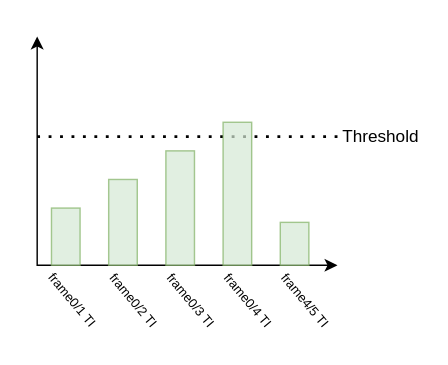
Before: page "algo2_illustration" (4 of 4) of state_machine.drawio in McQueen24/34241_final-project, a draw.io diagram. Source tidied: cells renumbered, new cells numbered last; positions are measured from the earlier drawing's top-left corner, leaving out a move shared by most shapes. Both pictures are drawn from the tidied source at 143%, with x=0, y=0 at pixel (33, 36).
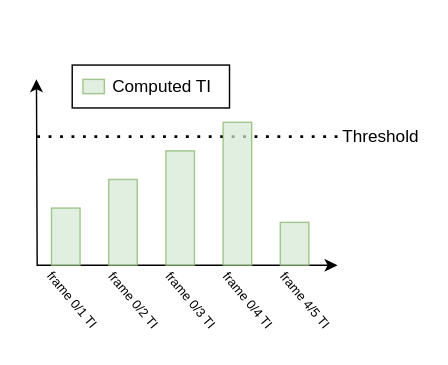
The same page after the edit.

What changed in the source:
```diff
@@
     <mxCell id="2" style="endArrow=classic;html=1;rounded=0;startArrow=classic;startFill=1;" parent="1" edge="1">
       <mxGeometry relative="1" as="geometry">
         <mxPoint x="212.5" y="160" as="sourcePoint" />
-        <mxPoint x="2.5" as="targetPoint" />
+        <mxPoint x="2" y="30" as="targetPoint" />
         <Array as="points">
           <mxPoint x="2.5" y="160" />
         </Array>
       </mxGeometry>
     </mxCell>
@@
-    <mxCell id="10" value="&lt;font style=&quot;font-size: 9px;&quot;&gt;frame0/1 TI&lt;/font&gt;" style="text;html=1;align=center;verticalAlign=middle;whiteSpace=wrap;rounded=0;direction=east;rotation=50;" parent="1" vertex="1">
+    <mxCell id="10" value="&lt;font style=&quot;font-size: 9px;&quot;&gt;frame 0/1 TI&lt;/font&gt;" style="text;html=1;align=center;verticalAlign=middle;whiteSpace=wrap;rounded=0;direction=east;rotation=50;" parent="1" vertex="1">
       <mxGeometry y="174" width="56" height="20" as="geometry" />
     </mxCell>
-    <mxCell id="11" value="&lt;font style=&quot;font-size: 9px;&quot;&gt;frame0/2 TI&lt;/font&gt;" style="text;html=1;align=center;verticalAlign=middle;whiteSpace=wrap;rounded=0;direction=east;rotation=50;" parent="1" vertex="1">
+    <mxCell id="11" value="&lt;font style=&quot;font-size: 9px;&quot;&gt;frame 0/2 TI&lt;/font&gt;" style="text;html=1;align=center;verticalAlign=middle;whiteSpace=wrap;rounded=0;direction=east;rotation=50;" parent="1" vertex="1">
       <mxGeometry x="42.5" y="174" width="56" height="20" as="geometry" />
     </mxCell>
-    <mxCell id="12" value="&lt;font style=&quot;font-size: 9px;&quot;&gt;frame0/3 TI&lt;/font&gt;" style="text;html=1;align=center;verticalAlign=middle;whiteSpace=wrap;rounded=0;direction=east;rotation=50;" parent="1" vertex="1">
+    <mxCell id="12" value="&lt;font style=&quot;font-size: 9px;&quot;&gt;frame 0/3 TI&lt;/font&gt;" style="text;html=1;align=center;verticalAlign=middle;whiteSpace=wrap;rounded=0;direction=east;rotation=50;" parent="1" vertex="1">
       <mxGeometry x="82.5" y="174" width="56" height="20" as="geometry" />
     </mxCell>
-    <mxCell id="13" value="&lt;font style=&quot;font-size: 9px;&quot;&gt;frame0/4 TI&lt;/font&gt;" style="text;html=1;align=center;verticalAlign=middle;whiteSpace=wrap;rounded=0;direction=east;rotation=50;" parent="1" vertex="1">
+    <mxCell id="13" value="&lt;font style=&quot;font-size: 9px;&quot;&gt;frame 0/4 TI&lt;/font&gt;" style="text;html=1;align=center;verticalAlign=middle;whiteSpace=wrap;rounded=0;direction=east;rotation=50;" parent="1" vertex="1">
       <mxGeometry x="122.5" y="174" width="56" height="20" as="geometry" />
     </mxCell>
-    <mxCell id="14" value="&lt;font style=&quot;font-size: 9px;&quot;&gt;frame4/5 TI&lt;/font&gt;" style="text;html=1;align=center;verticalAlign=middle;whiteSpace=wrap;rounded=0;direction=east;rotation=50;" parent="1" vertex="1">
+    <mxCell id="14" value="&lt;font style=&quot;font-size: 9px;&quot;&gt;frame 4/5 TI&lt;/font&gt;" style="text;html=1;align=center;verticalAlign=middle;whiteSpace=wrap;rounded=0;direction=east;rotation=50;" parent="1" vertex="1">
       <mxGeometry x="162.5" y="174" width="56" height="20" as="geometry" />
     </mxCell>
+    <mxCell id="15" style="rounded=0;whiteSpace=wrap;html=1;" parent="1" vertex="1">
+      <mxGeometry x="27" y="20" width="110" height="30" as="geometry" />
+    </mxCell>
+    <mxCell id="16" style="rounded=0;whiteSpace=wrap;html=1;fillColor=#d5e8d4;strokeColor=#82b366;opacity=70;" parent="1" vertex="1">
+      <mxGeometry x="34.5" y="30" width="15" height="10" as="geometry" />
+    </mxCell>
+    <mxCell id="17" value="Computed TI" style="text;html=1;align=center;verticalAlign=middle;whiteSpace=wrap;rounded=0;" parent="1" vertex="1">
+      <mxGeometry x="49.5" y="25" width="80" height="20" as="geometry" />
+    </mxCell>
```
